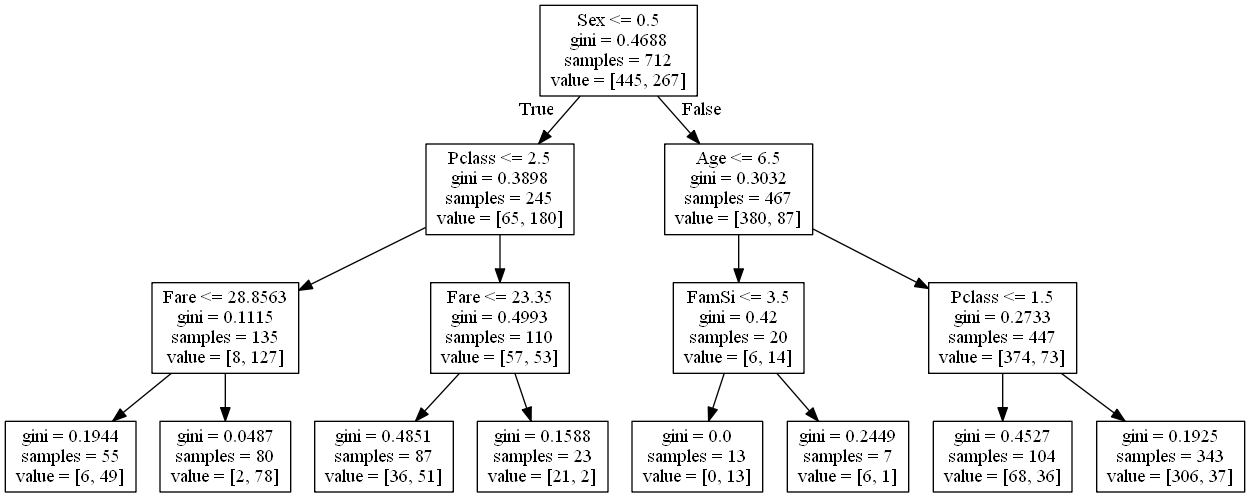
bhavesh0009/Titanic keeps this Graphviz diagram as treewithlargetrainfemsi.png. Above is the earlier version. Its source is kept beside it as treewithlargetrainfemsi.dot. Source of this version:
```dot
digraph Tree {
node [shape=box] ;
0 [label="Sex <= 0.5\ngini = 0.4688\nsamples = 712\nvalue = [445, 267]"] ;
1 [label="Pclass <= 2.5\ngini = 0.3898\nsamples = 245\nvalue = [65, 180]"] ;
0 -> 1 [labeldistance=2.5, labelangle=45, headlabel="True"] ;
2 [label="Fare <= 28.8563\ngini = 0.1115\nsamples = 135\nvalue = [8, 127]"] ;
1 -> 2 ;
3 [label="gini = 0.1944\nsamples = 55\nvalue = [6, 49]"] ;
2 -> 3 ;
4 [label="gini = 0.0487\nsamples = 80\nvalue = [2, 78]"] ;
2 -> 4 ;
5 [label="Fare <= 23.35\ngini = 0.4993\nsamples = 110\nvalue = [57, 53]"] ;
1 -> 5 ;
6 [label="gini = 0.4851\nsamples = 87\nvalue = [36, 51]"] ;
5 -> 6 ;
7 [label="gini = 0.1588\nsamples = 23\nvalue = [21, 2]"] ;
5 -> 7 ;
8 [label="Age <= 6.5\ngini = 0.3032\nsamples = 467\nvalue = [380, 87]"] ;
0 -> 8 [labeldistance=2.5, labelangle=-45, headlabel="False"] ;
9 [label="FamSi <= 3.5\ngini = 0.42\nsamples = 20\nvalue = [6, 14]"] ;
8 -> 9 ;
10 [label="gini = 0.0\nsamples = 13\nvalue = [0, 13]"] ;
9 -> 10 ;
11 [label="gini = 0.2449\nsamples = 7\nvalue = [6, 1]"] ;
9 -> 11 ;
12 [label="Pclass <= 1.5\ngini = 0.2733\nsamples = 447\nvalue = [374, 73]"] ;
8 -> 12 ;
13 [label="gini = 0.4527\nsamples = 104\nvalue = [68, 36]"] ;
12 -> 13 ;
14 [label="gini = 0.1925\nsamples = 343\nvalue = [306, 37]"] ;
12 -> 14 ;
}
```
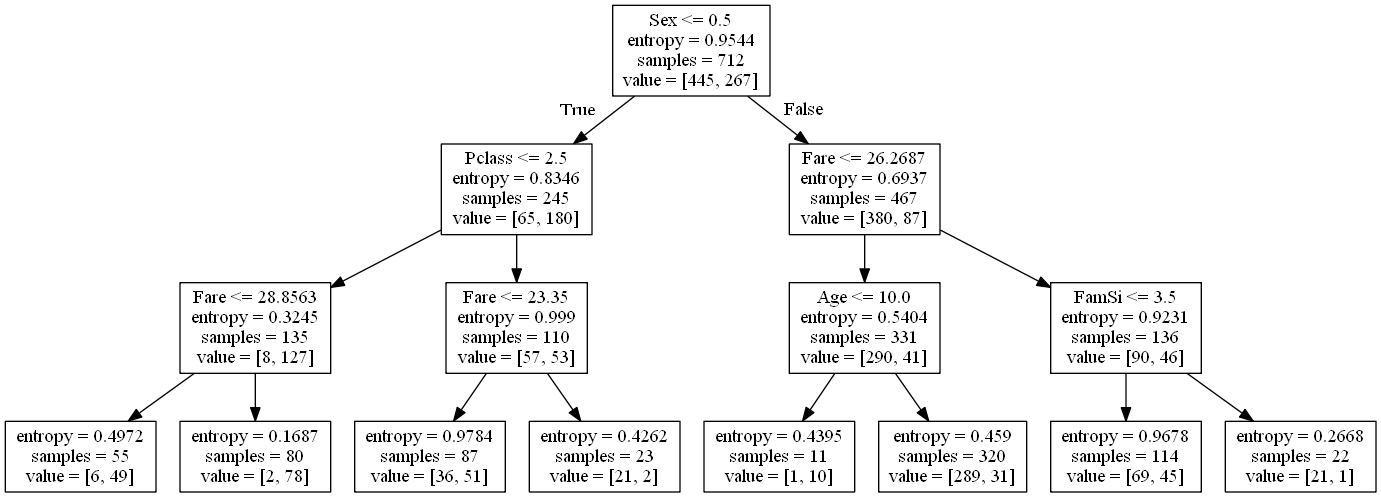
After the change.

Diff of the diagram source:
```diff
@@ -1,32 +1,32 @@
 digraph Tree {
 node [shape=box] ;
-0 [label="Sex <= 0.5\ngini = 0.4688\nsamples = 712\nvalue = [445, 267]"] ;
-1 [label="Pclass <= 2.5\ngini = 0.3898\nsamples = 245\nvalue = [65, 180]"] ;
+0 [label="Sex <= 0.5\nentropy = 0.9537\nsamples = 623\nvalue = [390, 233]"] ;
+1 [label="Fare <= 26.2687\nentropy = 0.6771\nsamples = 403\nvalue = [331, 72]"] ;
 0 -> 1 [labeldistance=2.5, labelangle=45, headlabel="True"] ;
-2 [label="Fare <= 28.8563\ngini = 0.1115\nsamples = 135\nvalue = [8, 127]"] ;
+2 [label="Title_Master <= 0.5\nentropy = 0.5148\nsamples = 287\nvalue = [254, 33]"] ;
 1 -> 2 ;
-3 [label="gini = 0.1944\nsamples = 55\nvalue = [6, 49]"] ;
+3 [label="entropy = 0.4262\nsamples = 276\nvalue = [252, 24]"] ;
 2 -> 3 ;
-4 [label="gini = 0.0487\nsamples = 80\nvalue = [2, 78]"] ;
+4 [label="entropy = 0.684\nsamples = 11\nvalue = [2, 9]"] ;
 2 -> 4 ;
-5 [label="Fare <= 23.35\ngini = 0.4993\nsamples = 110\nvalue = [57, 53]"] ;
+5 [label="FamSi <= 3.5\nentropy = 0.9211\nsamples = 116\nvalue = [77, 39]"] ;
 1 -> 5 ;
-6 [label="gini = 0.4851\nsamples = 87\nvalue = [36, 51]"] ;
+6 [label="entropy = 0.9685\nsamples = 96\nvalue = [58, 38]"] ;
 5 -> 6 ;
-7 [label="gini = 0.1588\nsamples = 23\nvalue = [21, 2]"] ;
+7 [label="entropy = 0.2864\nsamples = 20\nvalue = [19, 1]"] ;
 5 -> 7 ;
-8 [label="Age <= 6.5\ngini = 0.3032\nsamples = 467\nvalue = [380, 87]"] ;
+8 [label="Pclass <= 2.5\nentropy = 0.8388\nsamples = 220\nvalue = [59, 161]"] ;
 0 -> 8 [labeldistance=2.5, labelangle=-45, headlabel="False"] ;
-9 [label="FamSi <= 3.5\ngini = 0.42\nsamples = 20\nvalue = [6, 14]"] ;
+9 [label="Fare <= 28.8563\nentropy = 0.3189\nsamples = 121\nvalue = [7, 114]"] ;
 8 -> 9 ;
-10 [label="gini = 0.0\nsamples = 13\nvalue = [0, 13]"] ;
+10 [label="entropy = 0.469\nsamples = 50\nvalue = [5, 45]"] ;
 9 -> 10 ;
-11 [label="gini = 0.2449\nsamples = 7\nvalue = [6, 1]"] ;
+11 [label="entropy = 0.1851\nsamples = 71\nvalue = [2, 69]"] ;
 9 -> 11 ;
-12 [label="Pclass <= 1.5\ngini = 0.2733\nsamples = 447\nvalue = [374, 73]"] ;
+12 [label="Fare <= 23.35\nentropy = 0.9982\nsamples = 99\nvalue = [52, 47]"] ;
 8 -> 12 ;
-13 [label="gini = 0.4527\nsamples = 104\nvalue = [68, 36]"] ;
+13 [label="entropy = 0.9766\nsamples = 78\nvalue = [32, 46]"] ;
 12 -> 13 ;
-14 [label="gini = 0.1925\nsamples = 343\nvalue = [306, 37]"] ;
+14 [label="entropy = 0.2762\nsamples = 21\nvalue = [20, 1]"] ;
 12 -> 14 ;
 }
```
